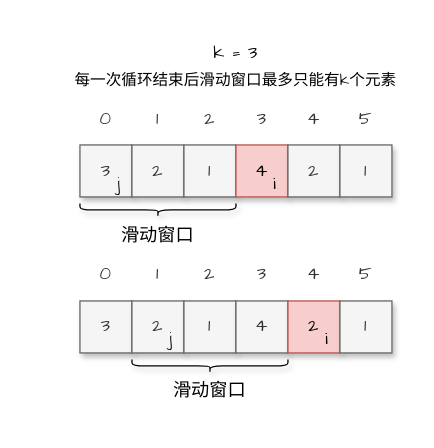
Earlier version of the draw.io diagram draw.io/存在重复元素II.drawio (goldknife6/algorithm). Source tidied: cells renumbered, new cells numbered last; positions are measured from the earlier drawing's top-left corner, leaving out a move shared by most shapes. Both pictures are drawn from the tidied source at 130%, with x=0, y=0 at pixel (66, 27).
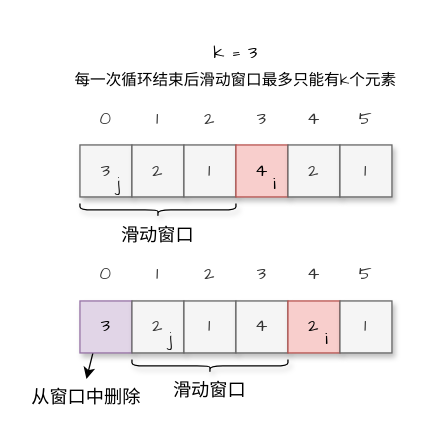
The same page after the edit.

Commit message:
更新存在重复元素II.drawio

Diff of the diagram source:
```diff
@@
+    <mxCell id="36" style="rounded=0;jettySize=auto;html=1;exitX=0.25;exitY=1;exitDx=0;exitDy=0;entryX=0.5;entryY=0;entryDx=0;entryDy=0;fontFamily=Comic Sans MS;fontSize=14;" parent="1" edge="1" source="22" target="37">
+      <mxGeometry relative="1" as="geometry" />
+    </mxCell>
-    <mxCell id="22" value="&lt;font face=&quot;Comic Sans MS&quot; style=&quot;font-size: 14px&quot;&gt;3&lt;/font&gt;" style="rounded=0;whiteSpace=wrap;html=1;shadow=1;fillColor=#f5f5f5;fontColor=#333333;strokeColor=#666666;glass=0;" parent="1" vertex="1">
+    <mxCell id="22" value="&lt;font face=&quot;Comic Sans MS&quot; style=&quot;font-size: 14px&quot;&gt;3&lt;/font&gt;" style="rounded=0;whiteSpace=wrap;html=1;shadow=1;fillColor=#e1d5e7;strokeColor=#9673a6;glass=0;" parent="1" vertex="1">
       <mxGeometry x="10" y="210" width="40" height="40" as="geometry" />
     </mxCell>
@@
+    <mxCell id="37" value="从窗口中删除" style="text;html=1;strokeColor=none;fillColor=none;align=center;verticalAlign=middle;whiteSpace=wrap;rounded=0;shadow=1;glass=0;fontFamily=Comic Sans MS;fontSize=14;" parent="1" vertex="1">
+      <mxGeometry x="-30" y="270" width="90" height="30" as="geometry" />
+    </mxCell>
```
